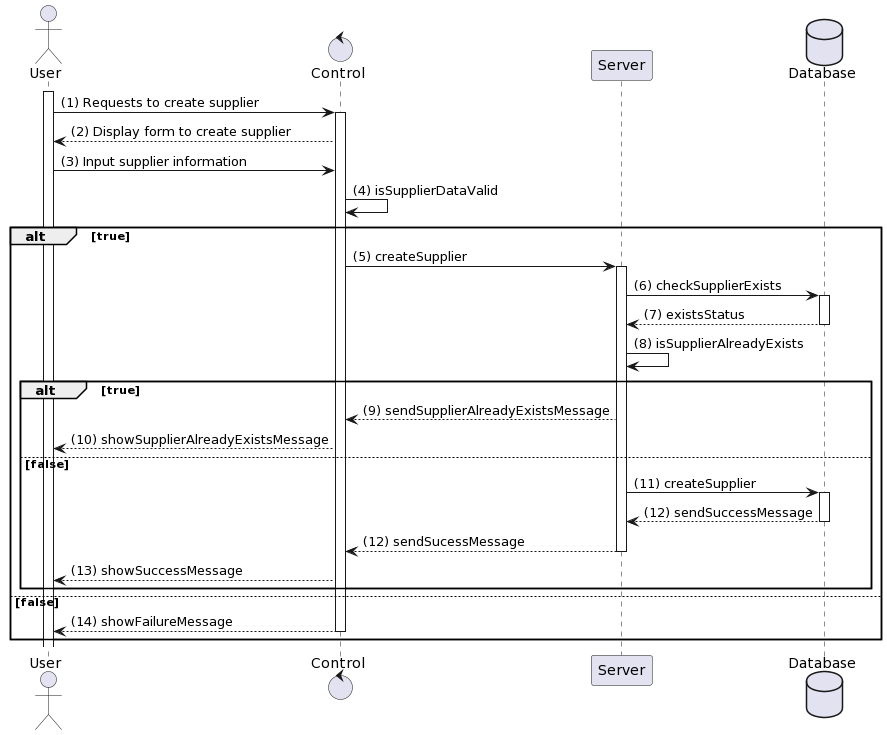
Before: Lab 1/Lab 1.2/sequence_diagram/supplier_management/create_supplier.png, a diagram exported from PlantUML (H1eu69/SE357-Pratice-class). The source it was exported from:
```plantuml
@startuml
actor User
control "Control" as C
participant "Server" as S
database Database

activate User
User -> C: (1) Requests to create supplier
activate C
C --> User: (2) Display form to create supplier
User -> C: (3) Input supplier information
C -> C: (4) isSupplierDataValid
alt true
    C -> S: (5) createSupplier
    activate S
    S -> Database: (6) checkSupplierExists
    activate Database
    Database --> S: (7) existsStatus
    deactivate Database
    S -> S: (8) isSupplierAlreadyExists
    alt true
        S --> C: (9) sendSupplierAlreadyExistsMessage
        C --> User: (10) showSupplierAlreadyExistsMessage
    else false
        S -> Database: (11) createSupplier
        activate Database
        Database --> S: (12) sendSuccessMessage
        deactivate Database
        S --> C: (12) sendSucessMessage
        deactivate S
        C --> User: (13) showSuccessMessage
    end
else false
    C --> User: (14) showFailureMessage
    deactivate C
end
deactivate C
@enduml
```
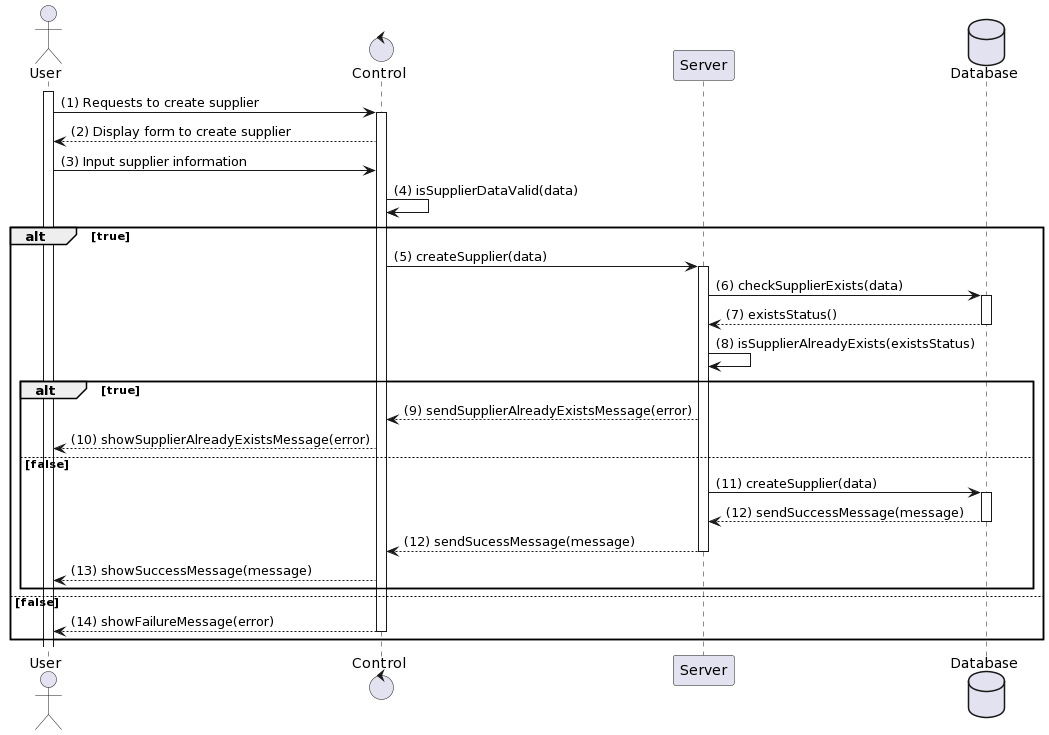
Later version of the same file.

Change to the diagram source:
```diff
@@ -9,29 +9,29 @@
 activate C
 C --> User: (2) Display form to create supplier
 User -> C: (3) Input supplier information
-C -> C: (4) isSupplierDataValid
+C -> C: (4) isSupplierDataValid(data)
 alt true
-    C -> S: (5) createSupplier
+    C -> S: (5) createSupplier(data)
     activate S
-    S -> Database: (6) checkSupplierExists
+    S -> Database: (6) checkSupplierExists(data)
     activate Database
-    Database --> S: (7) existsStatus
+    Database --> S: (7) existsStatus()
     deactivate Database
-    S -> S: (8) isSupplierAlreadyExists
+    S -> S: (8) isSupplierAlreadyExists(existsStatus)
     alt true
-        S --> C: (9) sendSupplierAlreadyExistsMessage
-        C --> User: (10) showSupplierAlreadyExistsMessage
+        S --> C: (9) sendSupplierAlreadyExistsMessage(error)
+        C --> User: (10) showSupplierAlreadyExistsMessage(error)
     else false
-        S -> Database: (11) createSupplier
+        S -> Database: (11) createSupplier(data)
         activate Database
-        Database --> S: (12) sendSuccessMessage
+        Database --> S: (12) sendSuccessMessage(message)
         deactivate Database
-        S --> C: (12) sendSucessMessage
+        S --> C: (12) sendSucessMessage(message)
         deactivate S
-        C --> User: (13) showSuccessMessage
+        C --> User: (13) showSuccessMessage(message)
     end
 else false
-    C --> User: (14) showFailureMessage
+    C --> User: (14) showFailureMessage(error)
     deactivate C
 end
 deactivate C
```
